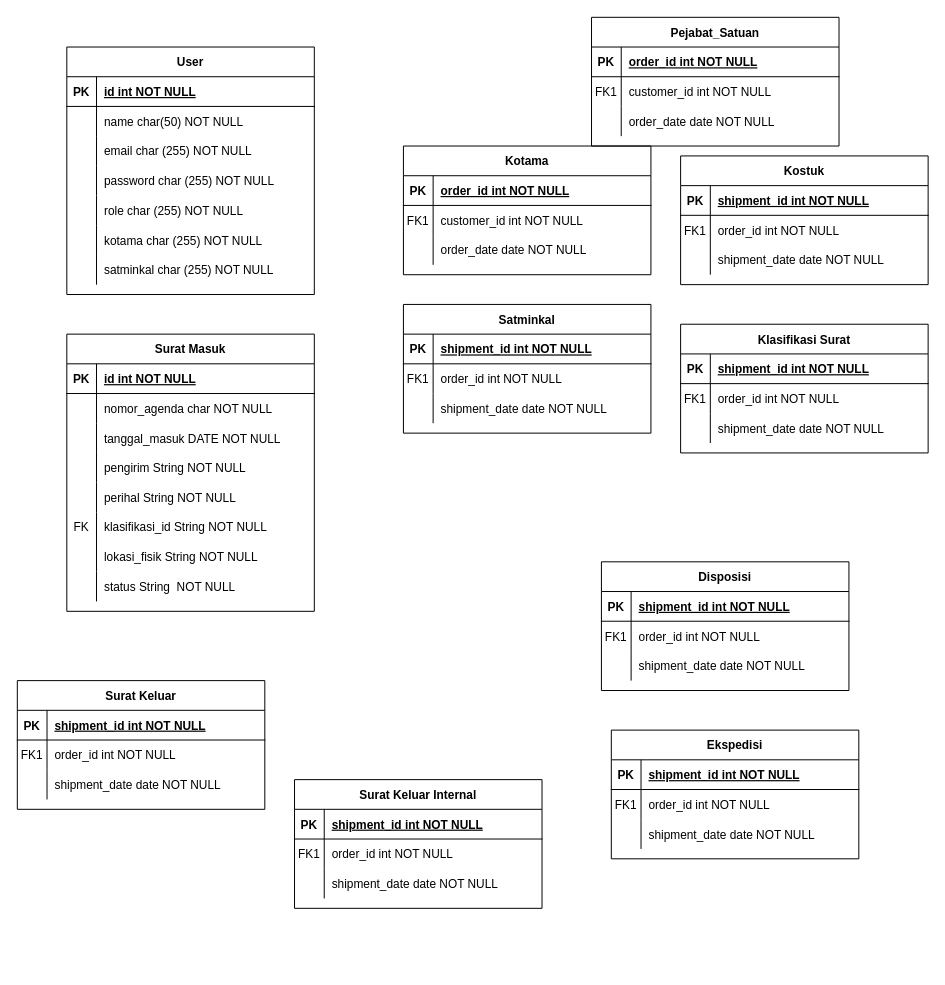
Above: Untitled Diagram.drawio in frizcool/frizcool (draw.io), before the change. Source tidied: cells renumbered, new cells numbered last; positions are measured from the earlier drawing's top-left corner, leaving out a move shared by most shapes. Both pictures are drawn from the tidied source at 99%, with x=0, y=0 at pixel (17, 17).
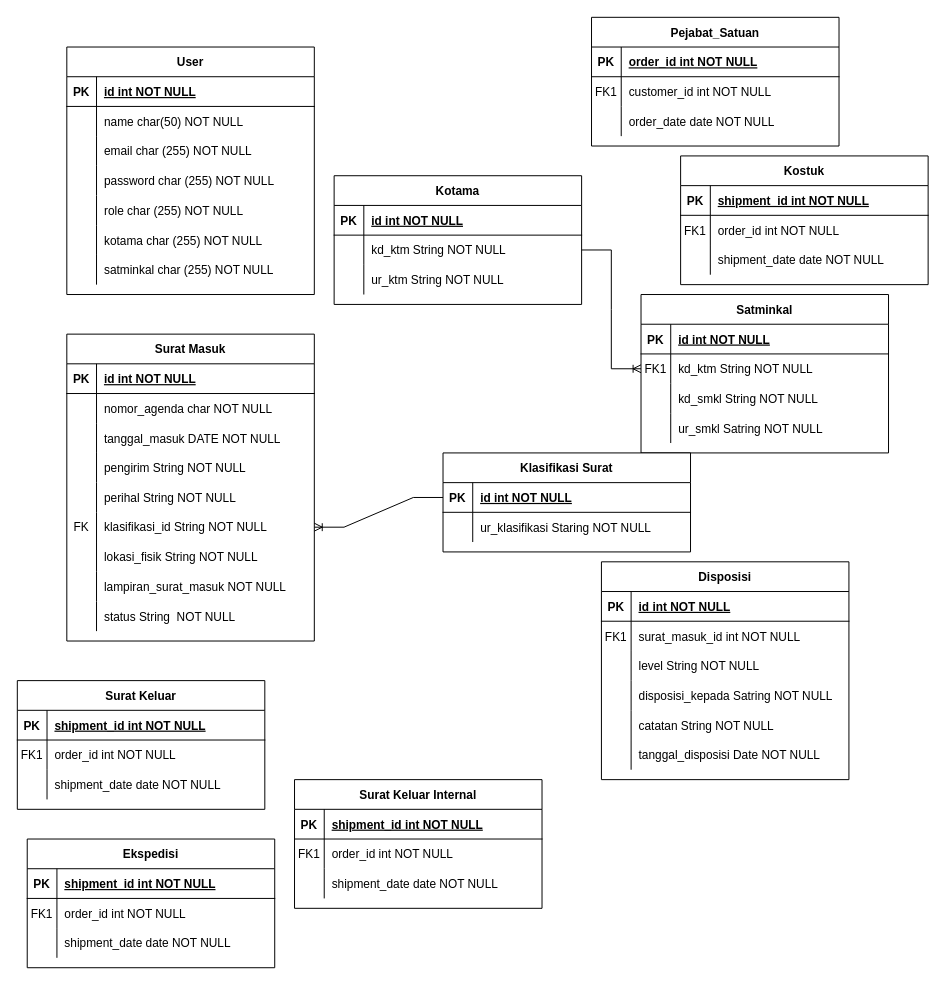
Above is the later version.

The change refers to these unchanged cells:
```xml
<mxCell id="3" style="shape=partialRectangle;fillColor=none;top=0;left=0;right=0;bottom=1;" parent="2" vertex="1">
  <mxGeometry y="30" width="250" height="30" as="geometry" />
</mxCell>
<mxCell id="6" style="shape=partialRectangle;fillColor=none;points=[[0,0.5],[1,0.5]];portConstraint=eastwest;top=0;left=0;right=0;bottom=0;" parent="2" vertex="1">
  <mxGeometry y="60" width="250" height="30" as="geometry" />
</mxCell>
<mxCell id="9" style="shape=partialRectangle;fillColor=none;top=0;left=0;right=0;bottom=0;" parent="2" vertex="1">
  <mxGeometry y="90" width="250" height="30" as="geometry" />
</mxCell>
<mxCell id="13" style="shape=partialRectangle;fillColor=none;top=0;left=0;right=0;bottom=1;" parent="12" vertex="1">
  <mxGeometry y="30" width="250" height="30" as="geometry" />
</mxCell>
<mxCell id="16" style="shape=partialRectangle;fillColor=none;points=[[0,0.5],[1,0.5]];portConstraint=eastwest;top=0;left=0;right=0;bottom=0;" parent="12" vertex="1">
  <mxGeometry y="60" width="250" height="30" as="geometry" />
</mxCell>
<mxCell id="19" style="shape=partialRectangle;fillColor=none;top=0;left=0;right=0;bottom=0;" parent="12" vertex="1">
  <mxGeometry y="90" width="250" height="30" as="geometry" />
</mxCell>
<mxCell id="65" style="shape=partialRectangle;fillColor=none;points=[[0,0.5],[1,0.5]];portConstraint=eastwest;top=0;left=0;right=0;bottom=1;" parent="64" vertex="1">
  <mxGeometry y="30" width="250" height="30" as="geometry" />
</mxCell>
<mxCell id="75" style="shape=partialRectangle;fillColor=none;top=0;left=0;right=0;bottom=1;" parent="74" vertex="1">
  <mxGeometry y="30" width="250" height="30" as="geometry" />
</mxCell>
<mxCell id="78" style="shape=partialRectangle;fillColor=none;top=0;left=0;right=0;bottom=0;" parent="74" vertex="1">
  <mxGeometry y="60" width="250" height="30" as="geometry" />
</mxCell>
<mxCell id="81" style="shape=partialRectangle;fillColor=none;top=0;left=0;right=0;bottom=0;" parent="74" vertex="1">
  <mxGeometry y="90" width="250" height="30" as="geometry" />
</mxCell>
<mxCell id="130" style="shape=tableRow;horizontal=0;startSize=0;swimlaneHead=0;swimlaneBody=0;fillColor=none;points=[[0,0.5],[1,0.5]];portConstraint=eastwest;top=0;left=0;right=0;bottom=0;" parent="114" vertex="1">
  <mxGeometry y="180" width="250" height="30" as="geometry" />
</mxCell>
```

Diff of the diagram source:
```diff
@@
     <mxCell id="2" value="Kotama" style="shape=table;startSize=30;childLayout=tableLayout;rowLines=0;fontStyle=1;align=center;" parent="1" vertex="1">
-      <mxGeometry x="390" y="130" width="250" height="130" as="geometry" />
+      <mxGeometry x="320" y="160" width="250" height="130" as="geometry" />
     </mxCell>
@@
-    <mxCell id="5" value="order_id int NOT NULL " style="shape=partialRectangle;overflow=hidden;fillColor=none;top=0;left=0;bottom=0;right=0;align=left;spacingLeft=6;fontStyle=5;" parent="3" vertex="1">
+    <mxCell id="5" value="id int NOT NULL " style="shape=partialRectangle;overflow=hidden;fillColor=none;top=0;left=0;bottom=0;right=0;align=left;spacingLeft=6;fontStyle=5;" parent="3" vertex="1">
       <mxGeometry x="30" width="220" height="30" as="geometry" />
     </mxCell>
@@
-    <mxCell id="7" value="FK1" style="shape=partialRectangle;overflow=hidden;fillColor=none;top=0;left=0;bottom=0;right=0;" parent="6" vertex="1">
+    <mxCell id="7" style="shape=partialRectangle;overflow=hidden;fillColor=none;top=0;left=0;bottom=0;right=0;" parent="6" vertex="1">
       <mxGeometry width="30" height="30" as="geometry" />
     </mxCell>
-    <mxCell id="8" value="customer_id int NOT NULL" style="shape=partialRectangle;overflow=hidden;fillColor=none;top=0;left=0;bottom=0;right=0;align=left;spacingLeft=6;" parent="6" vertex="1">
+    <mxCell id="8" value="kd_ktm String NOT NULL" style="shape=partialRectangle;overflow=hidden;fillColor=none;top=0;left=0;bottom=0;right=0;align=left;spacingLeft=6;" parent="6" vertex="1">
       <mxGeometry x="30" width="220" height="30" as="geometry" />
     </mxCell>
@@
-    <mxCell id="11" value="order_date date NOT NULL" style="shape=partialRectangle;overflow=hidden;fillColor=none;top=0;left=0;bottom=0;right=0;align=left;spacingLeft=6;" parent="9" vertex="1">
+    <mxCell id="11" value="ur_ktm String NOT NULL" style="shape=partialRectangle;overflow=hidden;fillColor=none;top=0;left=0;bottom=0;right=0;align=left;spacingLeft=6;" parent="9" vertex="1">
       <mxGeometry x="30" width="220" height="30" as="geometry" />
     </mxCell>
     <mxCell id="12" value="Satminkal" style="shape=table;startSize=30;childLayout=tableLayout;rowLines=0;fontStyle=1;align=center;" parent="1" vertex="1">
-      <mxGeometry x="390" y="290" width="250" height="130" as="geometry" />
+      <mxGeometry x="630" y="280" width="250" height="160" as="geometry" />
     </mxCell>
@@
-    <mxCell id="15" value="shipment_id int NOT NULL " style="shape=partialRectangle;overflow=hidden;fillColor=none;top=0;left=0;bottom=0;right=0;align=left;spacingLeft=6;fontStyle=5;" parent="13" vertex="1">
+    <mxCell id="15" value="id int NOT NULL " style="shape=partialRectangle;overflow=hidden;fillColor=none;top=0;left=0;bottom=0;right=0;align=left;spacingLeft=6;fontStyle=5;" parent="13" vertex="1">
       <mxGeometry x="30" width="220" height="30" as="geometry" />
     </mxCell>
@@
-    <mxCell id="18" value="order_id int NOT NULL" style="shape=partialRectangle;overflow=hidden;fillColor=none;top=0;left=0;bottom=0;right=0;align=left;spacingLeft=6;" parent="16" vertex="1">
+    <mxCell id="18" value="kd_ktm String NOT NULL" style="shape=partialRectangle;overflow=hidden;fillColor=none;top=0;left=0;bottom=0;right=0;align=left;spacingLeft=6;" parent="16" vertex="1">
       <mxGeometry x="30" width="220" height="30" as="geometry" />
     </mxCell>
@@
-    <mxCell id="21" value="shipment_date date NOT NULL" style="shape=partialRectangle;overflow=hidden;fillColor=none;top=0;left=0;bottom=0;right=0;align=left;spacingLeft=6;" parent="19" vertex="1">
+    <mxCell id="21" value="kd_smkl String NOT NULL" style="shape=partialRectangle;overflow=hidden;fillColor=none;top=0;left=0;bottom=0;right=0;align=left;spacingLeft=6;" parent="19" vertex="1">
       <mxGeometry x="30" width="220" height="30" as="geometry" />
     </mxCell>
+    <mxCell id="139" style="shape=tableRow;horizontal=0;startSize=0;swimlaneHead=0;swimlaneBody=0;fillColor=none;top=0;left=0;right=0;bottom=0;" parent="12" vertex="1">
+      <mxGeometry y="120" width="250" height="30" as="geometry" />
+    </mxCell>
+    <mxCell id="140" style="shape=partialRectangle;fillColor=none;top=0;left=0;bottom=0;right=0;overflow=hidden;" parent="139" vertex="1">
+      <mxGeometry width="30" height="30" as="geometry" />
+    </mxCell>
+    <mxCell id="141" value="ur_smkl Satring NOT NULL" style="shape=partialRectangle;fillColor=none;top=0;left=0;bottom=0;right=0;align=left;spacingLeft=6;overflow=hidden;" parent="139" vertex="1">
+      <mxGeometry x="30" width="220" height="30" as="geometry" />
+    </mxCell>
@@
     <mxCell id="64" value="Klasifikasi Surat" style="shape=table;startSize=30;childLayout=tableLayout;rowLines=0;fontStyle=1;align=center;" parent="1" vertex="1">
-      <mxGeometry x="670" y="310" width="250" height="130" as="geometry" />
+      <mxGeometry x="430" y="440" width="250" height="100" as="geometry" />
     </mxCell>
@@
-    <mxCell id="67" value="shipment_id int NOT NULL " style="shape=partialRectangle;overflow=hidden;fillColor=none;top=0;left=0;bottom=0;right=0;align=left;spacingLeft=6;fontStyle=5;" parent="65" vertex="1">
+    <mxCell id="67" value="id int NOT NULL " style="shape=partialRectangle;overflow=hidden;fillColor=none;top=0;left=0;bottom=0;right=0;align=left;spacingLeft=6;fontStyle=5;" parent="65" vertex="1">
       <mxGeometry x="30" width="220" height="30" as="geometry" />
     </mxCell>
-    <mxCell id="68" style="shape=partialRectangle;fillColor=none;top=0;left=0;right=0;bottom=0;" parent="64" vertex="1">
-      <mxGeometry y="60" width="250" height="30" as="geometry" />
-    </mxCell>
-    <mxCell id="69" value="FK1" style="shape=partialRectangle;overflow=hidden;fillColor=none;top=0;left=0;bottom=0;right=0;" parent="68" vertex="1">
-      <mxGeometry width="30" height="30" as="geometry" />
-    </mxCell>
-    <mxCell id="70" value="order_id int NOT NULL" style="shape=partialRectangle;overflow=hidden;fillColor=none;top=0;left=0;bottom=0;right=0;align=left;spacingLeft=6;" parent="68" vertex="1">
-      <mxGeometry x="30" width="220" height="30" as="geometry" />
-    </mxCell>
     <mxCell id="71" style="shape=partialRectangle;fillColor=none;top=0;left=0;right=0;bottom=0;" parent="64" vertex="1">
-      <mxGeometry y="90" width="250" height="30" as="geometry" />
+      <mxGeometry y="60" width="250" height="30" as="geometry" />
     </mxCell>
@@
-    <mxCell id="73" value="shipment_date date NOT NULL" style="shape=partialRectangle;overflow=hidden;fillColor=none;top=0;left=0;bottom=0;right=0;align=left;spacingLeft=6;" parent="71" vertex="1">
+    <mxCell id="73" value="ur_klasifikasi Staring NOT NULL" style="shape=partialRectangle;overflow=hidden;fillColor=none;top=0;left=0;bottom=0;right=0;align=left;spacingLeft=6;" parent="71" vertex="1">
       <mxGeometry x="30" width="220" height="30" as="geometry" />
     </mxCell>
     <mxCell id="74" value="Disposisi" style="shape=table;startSize=30;childLayout=tableLayout;rowLines=0;fontStyle=1;align=center;" parent="1" vertex="1">
-      <mxGeometry x="590" y="550" width="250" height="130" as="geometry" />
+      <mxGeometry x="590" y="550" width="250" height="220" as="geometry" />
     </mxCell>
@@
-    <mxCell id="77" value="shipment_id int NOT NULL " style="shape=partialRectangle;overflow=hidden;fillColor=none;top=0;left=0;bottom=0;right=0;align=left;spacingLeft=6;fontStyle=5;" parent="75" vertex="1">
+    <mxCell id="77" value="id int NOT NULL " style="shape=partialRectangle;overflow=hidden;fillColor=none;top=0;left=0;bottom=0;right=0;align=left;spacingLeft=6;fontStyle=5;" parent="75" vertex="1">
       <mxGeometry x="30" width="220" height="30" as="geometry" />
     </mxCell>
@@
-    <mxCell id="80" value="order_id int NOT NULL" style="shape=partialRectangle;overflow=hidden;fillColor=none;top=0;left=0;bottom=0;right=0;align=left;spacingLeft=6;" parent="78" vertex="1">
+    <mxCell id="80" value="surat_masuk_id int NOT NULL" style="shape=partialRectangle;overflow=hidden;fillColor=none;top=0;left=0;bottom=0;right=0;align=left;spacingLeft=6;" parent="78" vertex="1">
       <mxGeometry x="30" width="220" height="30" as="geometry" />
     </mxCell>
@@
-    <mxCell id="83" value="shipment_date date NOT NULL" style="shape=partialRectangle;overflow=hidden;fillColor=none;top=0;left=0;bottom=0;right=0;align=left;spacingLeft=6;" parent="81" vertex="1">
+    <mxCell id="83" value="level String NOT NULL" style="shape=partialRectangle;overflow=hidden;fillColor=none;top=0;left=0;bottom=0;right=0;align=left;spacingLeft=6;" parent="81" vertex="1">
       <mxGeometry x="30" width="220" height="30" as="geometry" />
     </mxCell>
+    <mxCell id="142" style="shape=tableRow;horizontal=0;startSize=0;swimlaneHead=0;swimlaneBody=0;fillColor=none;top=0;left=0;right=0;bottom=0;" parent="74" vertex="1">
+      <mxGeometry y="120" width="250" height="30" as="geometry" />
+    </mxCell>
+    <mxCell id="143" style="shape=partialRectangle;fillColor=none;top=0;left=0;bottom=0;right=0;overflow=hidden;" parent="142" vertex="1">
+      <mxGeometry width="30" height="30" as="geometry" />
+    </mxCell>
+    <mxCell id="144" value="disposisi_kepada Satring NOT NULL" style="shape=partialRectangle;fillColor=none;top=0;left=0;bottom=0;right=0;align=left;spacingLeft=6;overflow=hidden;" parent="142" vertex="1">
+      <mxGeometry x="30" width="220" height="30" as="geometry" />
+    </mxCell>
+    <mxCell id="145" style="shape=tableRow;horizontal=0;startSize=0;swimlaneHead=0;swimlaneBody=0;fillColor=none;top=0;left=0;right=0;bottom=0;" parent="74" vertex="1">
+      <mxGeometry y="150" width="250" height="30" as="geometry" />
+    </mxCell>
+    <mxCell id="146" style="shape=partialRectangle;fillColor=none;top=0;left=0;bottom=0;right=0;overflow=hidden;" parent="145" vertex="1">
+      <mxGeometry width="30" height="30" as="geometry" />
+    </mxCell>
+    <mxCell id="147" value="catatan String NOT NULL" style="shape=partialRectangle;fillColor=none;top=0;left=0;bottom=0;right=0;align=left;spacingLeft=6;overflow=hidden;" parent="145" vertex="1">
+      <mxGeometry x="30" width="220" height="30" as="geometry" />
+    </mxCell>
+    <mxCell id="148" style="shape=tableRow;horizontal=0;startSize=0;swimlaneHead=0;swimlaneBody=0;fillColor=none;top=0;left=0;right=0;bottom=0;" parent="74" vertex="1">
+      <mxGeometry y="180" width="250" height="30" as="geometry" />
+    </mxCell>
+    <mxCell id="149" style="shape=partialRectangle;fillColor=none;top=0;left=0;bottom=0;right=0;overflow=hidden;" parent="148" vertex="1">
+      <mxGeometry width="30" height="30" as="geometry" />
+    </mxCell>
+    <mxCell id="150" value="tanggal_disposisi Date NOT NULL" style="shape=partialRectangle;fillColor=none;top=0;left=0;bottom=0;right=0;align=left;spacingLeft=6;overflow=hidden;" parent="148" vertex="1">
+      <mxGeometry x="30" width="220" height="30" as="geometry" />
+    </mxCell>
@@
     <mxCell id="104" value="Ekspedisi" style="shape=table;startSize=30;childLayout=tableLayout;rowLines=0;fontStyle=1;align=center;" parent="1" vertex="1">
-      <mxGeometry x="600" y="720" width="250" height="130" as="geometry" />
+      <mxGeometry x="10" y="830" width="250" height="130" as="geometry" />
     </mxCell>
@@
     <mxCell id="114" value="Surat Masuk" style="shape=table;startSize=30;childLayout=tableLayout;rowLines=0;fontStyle=1;align=center;" parent="1" vertex="1">
-      <mxGeometry x="50" y="320" width="250" height="280" as="geometry" />
+      <mxGeometry x="50" y="320" width="250" height="310" as="geometry" />
     </mxCell>
@@
+    <mxCell id="151" style="shape=tableRow;horizontal=0;startSize=0;swimlaneHead=0;swimlaneBody=0;fillColor=none;top=0;left=0;right=0;bottom=0;" parent="114" vertex="1">
+      <mxGeometry y="240" width="250" height="30" as="geometry" />
+    </mxCell>
+    <mxCell id="152" style="shape=partialRectangle;fillColor=none;top=0;left=0;bottom=0;right=0;overflow=hidden;" parent="151" vertex="1">
+      <mxGeometry width="30" height="30" as="geometry" />
+    </mxCell>
+    <mxCell id="153" value="lampiran_surat_masuk NOT NULL" style="shape=partialRectangle;fillColor=none;top=0;left=0;bottom=0;right=0;align=left;spacingLeft=6;overflow=hidden;" parent="151" vertex="1">
+      <mxGeometry x="30" width="220" height="30" as="geometry" />
+    </mxCell>
     <mxCell id="136" style="shape=tableRow;horizontal=0;startSize=0;swimlaneHead=0;swimlaneBody=0;fillColor=none;top=0;left=0;right=0;bottom=0;" parent="114" vertex="1">
-      <mxGeometry y="240" width="250" height="30" as="geometry" />
+      <mxGeometry y="270" width="250" height="30" as="geometry" />
     </mxCell>
@@
+    <mxCell id="154" style="edgeStyle=entityRelationEdgeStyle;fontSize=12;html=1;endArrow=ERoneToMany;rounded=0;exitX=0;exitY=0.5;exitDx=0;exitDy=0;" parent="1" edge="1" source="65" target="130">
+      <mxGeometry relative="1" as="geometry" />
+    </mxCell>
+    <mxCell id="155" style="edgeStyle=entityRelationEdgeStyle;fontSize=12;html=1;endArrow=ERoneToMany;rounded=0;entryX=0;entryY=0.5;entryDx=0;entryDy=0;exitX=1;exitY=0.5;exitDx=0;exitDy=0;" parent="1" edge="1" source="6" target="16">
+      <mxGeometry relative="1" as="geometry" />
+    </mxCell>
```
